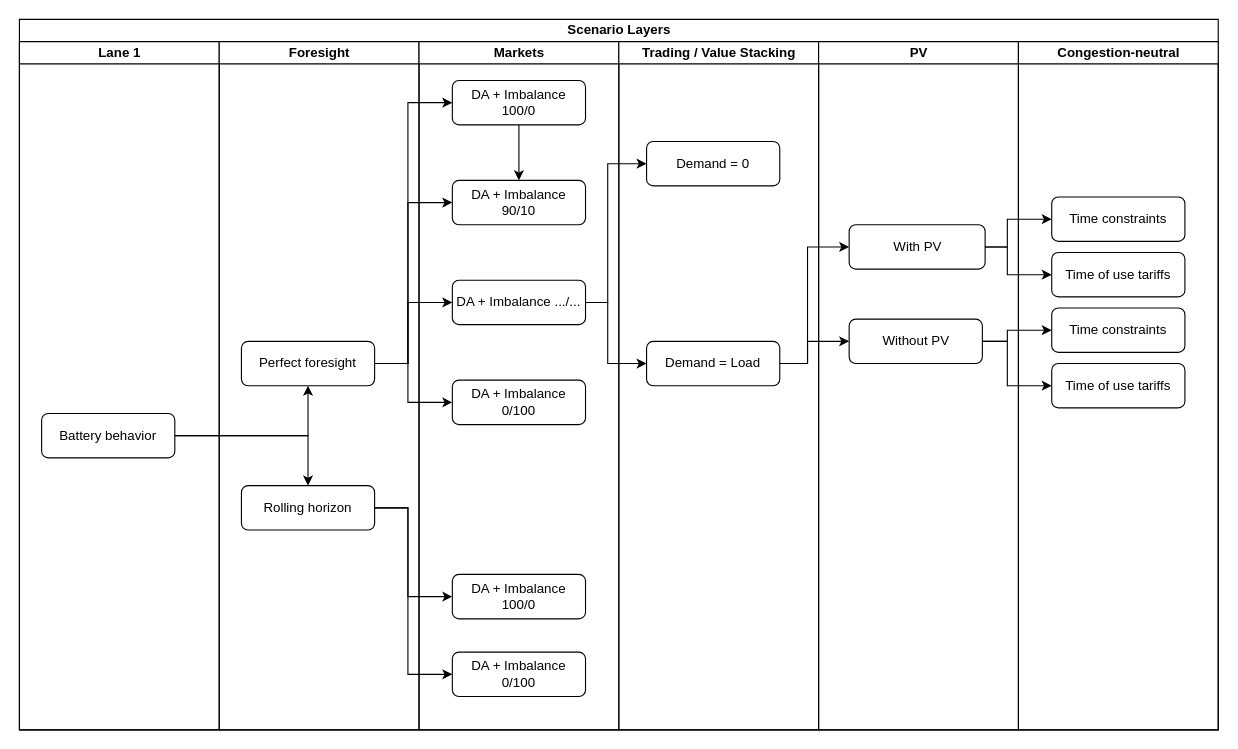
Tanneheemsbergen/pypsa-NL2025 keeps this draw.io diagram as scenarios/Untitled Diagram.drawio. Above is the earlier version. Source tidied: cells renumbered, new cells numbered last; positions are measured from the earlier drawing's top-left corner, leaving out a move shared by most shapes. Both pictures are drawn from the tidied source at 111%, with x=0, y=0 at pixel (19, 19).
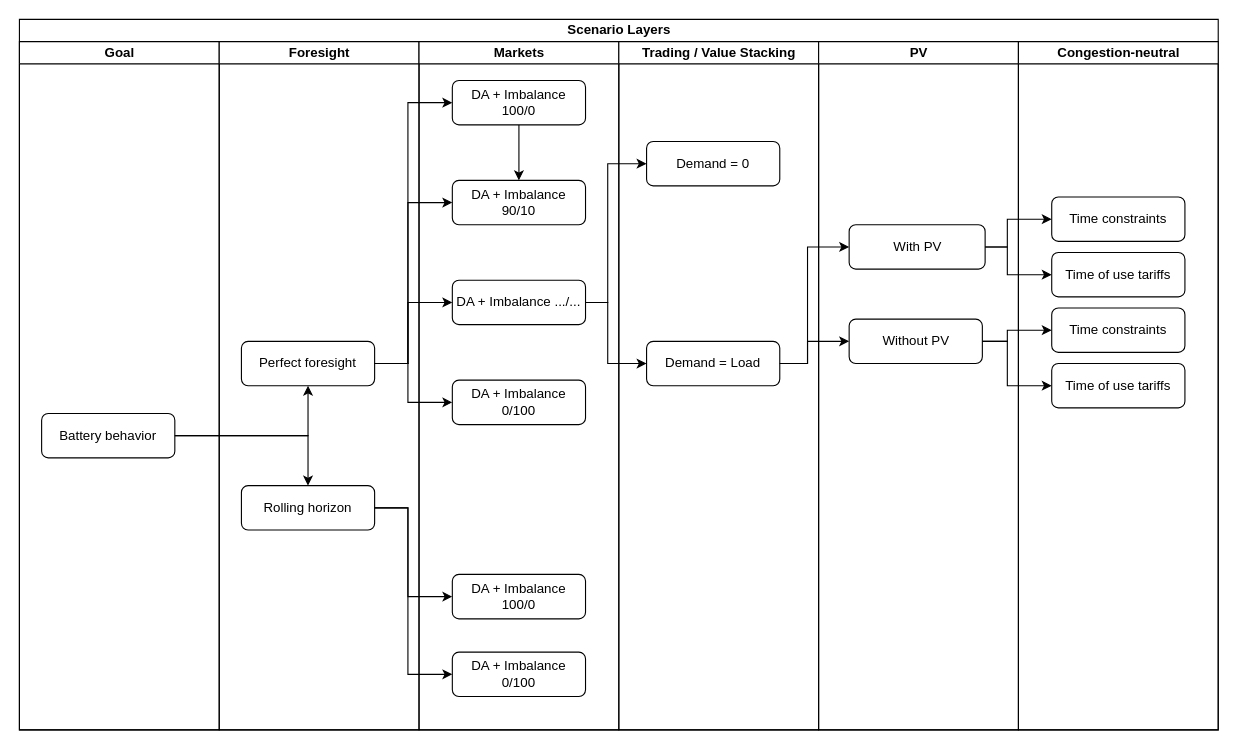
The same diagram, later.

The change refers to these unchanged cells:
```xml
<mxCell id="2" value="&lt;font style=&quot;font-size: 12px;&quot; face=&quot;Helvetica&quot;&gt;Scenario Layers&lt;/font&gt;" style="swimlane;html=1;startSize=20;rounded=0;shadow=0;labelBackgroundColor=none;strokeWidth=1;fontFamily=Verdana;fontSize=8;align=center;" parent="1" vertex="1">
  <mxGeometry width="1080" height="640" as="geometry" />
</mxCell>
```

Change to the diagram source:
```diff
@@
-    <mxCell id="3" value="Lane 1" style="swimlane;html=1;startSize=20;" parent="2" vertex="1">
+    <mxCell id="3" value="Goal" style="swimlane;html=1;startSize=20;" parent="2" vertex="1">
       <mxGeometry y="20" width="180" height="620" as="geometry" />
     </mxCell>
```
